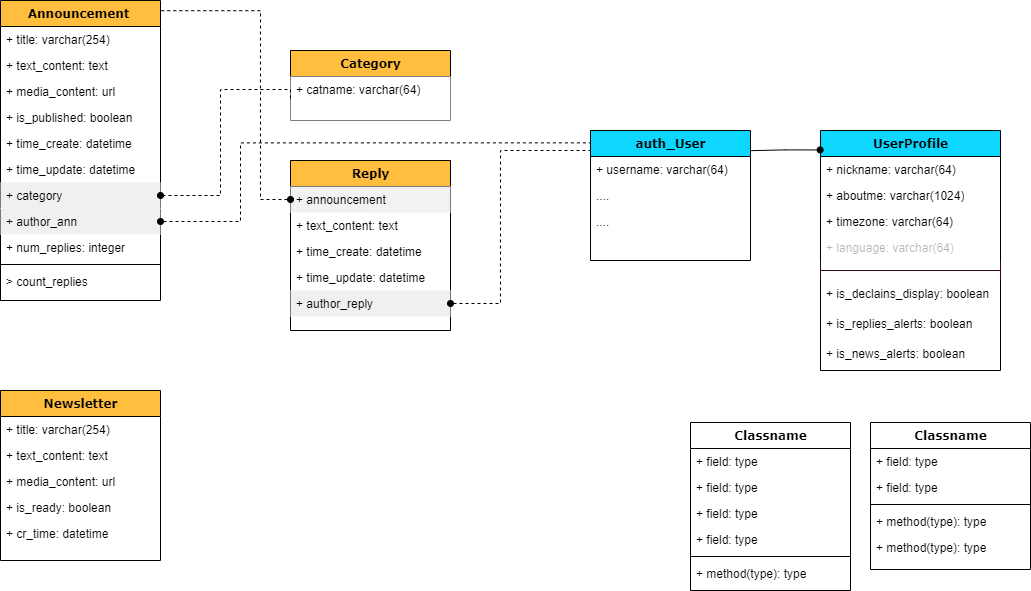
This is Проектирование.png from TimurSuvorov/BillBoard_mmorpg, a draw.io export, as it was before one commit. Source tidied: cells renumbered, new cells last; positions are measured from the earlier drawing's top-left corner, leaving out a move shared by most shapes. Its diagram source:
```xml
<mxGraphModel>
  <root>
    <mxCell id="0" />
    <mxCell id="1" parent="0" />
    <mxCell id="2" value="Announcement&amp;nbsp;" style="swimlane;html=1;fontStyle=1;align=center;verticalAlign=top;horizontal=1;startSize=26;swimlaneFillColor=#ffffff;rounded=0;shadow=0;comic=0;labelBackgroundColor=none;strokeWidth=1;fillColor=#FFBE3D;fontFamily=Verdana;fontSize=12;" parent="1" vertex="1">
      <mxGeometry width="160" height="300" as="geometry" />
    </mxCell>
    <mxCell id="3" value="+ title: varchar(254)" style="text;html=1;strokeColor=none;fillColor=none;align=left;verticalAlign=top;spacingLeft=4;spacingRight=4;whiteSpace=wrap;overflow=hidden;" parent="2" vertex="1">
      <mxGeometry y="26" width="160" height="26" as="geometry" />
    </mxCell>
    <mxCell id="4" value="+ text_content: text" style="text;html=1;strokeColor=none;fillColor=none;align=left;verticalAlign=top;spacingLeft=4;spacingRight=4;whiteSpace=wrap;overflow=hidden;" parent="2" vertex="1">
      <mxGeometry y="52" width="160" height="26" as="geometry" />
    </mxCell>
    <mxCell id="5" value="+ media_content: url" style="text;html=1;strokeColor=none;fillColor=none;align=left;verticalAlign=top;spacingLeft=4;spacingRight=4;whiteSpace=wrap;overflow=hidden;" parent="2" vertex="1">
      <mxGeometry y="78" width="160" height="26" as="geometry" />
    </mxCell>
    <mxCell id="6" value="+ is_published: boolean&lt;br&gt;" style="text;html=1;strokeColor=none;fillColor=none;align=left;verticalAlign=top;spacingLeft=4;spacingRight=4;whiteSpace=wrap;overflow=hidden;" parent="2" vertex="1">
      <mxGeometry y="104" width="160" height="26" as="geometry" />
    </mxCell>
    <mxCell id="7" value="+ time_create: datetime" style="text;html=1;strokeColor=none;fillColor=none;align=left;verticalAlign=top;spacingLeft=4;spacingRight=4;whiteSpace=wrap;overflow=hidden;" parent="2" vertex="1">
      <mxGeometry y="130" width="160" height="26" as="geometry" />
    </mxCell>
    <mxCell id="8" value="+ time_update: datetime" style="text;html=1;strokeColor=none;fillColor=none;align=left;verticalAlign=top;spacingLeft=4;spacingRight=4;whiteSpace=wrap;overflow=hidden;" parent="2" vertex="1">
      <mxGeometry y="156" width="160" height="26" as="geometry" />
    </mxCell>
    <mxCell id="9" value="+ category" style="text;html=1;strokeColor=none;fillColor=#F0F0F0;align=left;verticalAlign=top;spacingLeft=4;spacingRight=4;whiteSpace=wrap;overflow=hidden;" parent="2" vertex="1">
      <mxGeometry y="182" width="160" height="26" as="geometry" />
    </mxCell>
    <mxCell id="10" value="+ author_ann" style="text;html=1;strokeColor=none;fillColor=#F0F0F0;align=left;verticalAlign=top;spacingLeft=4;spacingRight=4;whiteSpace=wrap;overflow=hidden;" parent="2" vertex="1">
      <mxGeometry y="208" width="160" height="26" as="geometry" />
    </mxCell>
    <mxCell id="11" value="+ num_replies: integer" style="text;html=1;strokeColor=none;fillColor=none;align=left;verticalAlign=top;spacingLeft=4;spacingRight=4;whiteSpace=wrap;overflow=hidden;" parent="2" vertex="1">
      <mxGeometry y="234" width="160" height="26" as="geometry" />
    </mxCell>
    <mxCell id="12" style="line;html=1;strokeWidth=1;fillColor=none;align=left;verticalAlign=middle;spacingTop=-1;spacingLeft=3;spacingRight=3;labelPosition=right;" parent="2" vertex="1">
      <mxGeometry y="260" width="160" height="8" as="geometry" />
    </mxCell>
    <mxCell id="13" value="&amp;gt; count_replies" style="text;html=1;strokeColor=none;fillColor=none;align=left;verticalAlign=top;spacingLeft=4;spacingRight=4;whiteSpace=wrap;overflow=hidden;" parent="2" vertex="1">
      <mxGeometry y="268" width="160" height="26" as="geometry" />
    </mxCell>
    <mxCell id="14" value="Newsletter" style="swimlane;html=1;fontStyle=1;align=center;verticalAlign=top;horizontal=1;startSize=26;swimlaneFillColor=#ffffff;rounded=0;shadow=0;comic=0;labelBackgroundColor=none;strokeWidth=1;fillColor=#FFBE3D;fontFamily=Verdana;fontSize=12;" parent="1" vertex="1">
      <mxGeometry y="390" width="160" height="170" as="geometry" />
    </mxCell>
    <mxCell id="15" value="+ title: varchar(254)" style="text;html=1;strokeColor=none;fillColor=none;align=left;verticalAlign=top;spacingLeft=4;spacingRight=4;whiteSpace=wrap;overflow=hidden;" parent="14" vertex="1">
      <mxGeometry y="26" width="160" height="26" as="geometry" />
    </mxCell>
    <mxCell id="16" value="+ text_content: text" style="text;html=1;strokeColor=none;fillColor=none;align=left;verticalAlign=top;spacingLeft=4;spacingRight=4;whiteSpace=wrap;overflow=hidden;" parent="14" vertex="1">
      <mxGeometry y="52" width="160" height="26" as="geometry" />
    </mxCell>
    <mxCell id="17" value="+ media_content: url" style="text;html=1;strokeColor=none;fillColor=none;align=left;verticalAlign=top;spacingLeft=4;spacingRight=4;whiteSpace=wrap;overflow=hidden;" parent="14" vertex="1">
      <mxGeometry y="78" width="160" height="26" as="geometry" />
    </mxCell>
    <mxCell id="18" value="+ is_ready: boolean" style="text;html=1;strokeColor=none;fillColor=none;align=left;verticalAlign=top;spacingLeft=4;spacingRight=4;whiteSpace=wrap;overflow=hidden;" parent="14" vertex="1">
      <mxGeometry y="104" width="160" height="26" as="geometry" />
    </mxCell>
    <mxCell id="19" value="+ cr_time: datetime" style="text;html=1;strokeColor=none;fillColor=none;align=left;verticalAlign=top;spacingLeft=4;spacingRight=4;whiteSpace=wrap;overflow=hidden;" parent="14" vertex="1">
      <mxGeometry y="130" width="160" height="26" as="geometry" />
    </mxCell>
    <mxCell id="20" value="Classname" style="swimlane;html=1;fontStyle=1;align=center;verticalAlign=top;horizontal=1;startSize=26;swimlaneFillColor=#ffffff;rounded=0;shadow=0;comic=0;labelBackgroundColor=none;strokeWidth=1;fillColor=none;fontFamily=Verdana;fontSize=12;" parent="1" vertex="1">
      <mxGeometry x="690" y="422" width="160" height="168" as="geometry" />
    </mxCell>
    <mxCell id="21" value="+ field: type" style="text;html=1;strokeColor=none;fillColor=none;align=left;verticalAlign=top;spacingLeft=4;spacingRight=4;whiteSpace=wrap;overflow=hidden;" parent="20" vertex="1">
      <mxGeometry y="26" width="160" height="26" as="geometry" />
    </mxCell>
    <mxCell id="22" value="+ field: type" style="text;html=1;strokeColor=none;fillColor=none;align=left;verticalAlign=top;spacingLeft=4;spacingRight=4;whiteSpace=wrap;overflow=hidden;" parent="20" vertex="1">
      <mxGeometry y="52" width="160" height="26" as="geometry" />
    </mxCell>
    <mxCell id="23" value="+ field: type" style="text;html=1;strokeColor=none;fillColor=none;align=left;verticalAlign=top;spacingLeft=4;spacingRight=4;whiteSpace=wrap;overflow=hidden;" parent="20" vertex="1">
      <mxGeometry y="78" width="160" height="26" as="geometry" />
    </mxCell>
    <mxCell id="24" value="+ field: type" style="text;html=1;strokeColor=none;fillColor=none;align=left;verticalAlign=top;spacingLeft=4;spacingRight=4;whiteSpace=wrap;overflow=hidden;" parent="20" vertex="1">
      <mxGeometry y="104" width="160" height="26" as="geometry" />
    </mxCell>
    <mxCell id="25" style="line;html=1;strokeWidth=1;fillColor=none;align=left;verticalAlign=middle;spacingTop=-1;spacingLeft=3;spacingRight=3;labelPosition=right;" parent="20" vertex="1">
      <mxGeometry y="130" width="160" height="8" as="geometry" />
    </mxCell>
    <mxCell id="26" value="+ method(type): type" style="text;html=1;strokeColor=none;fillColor=none;align=left;verticalAlign=top;spacingLeft=4;spacingRight=4;whiteSpace=wrap;overflow=hidden;" parent="20" vertex="1">
      <mxGeometry y="138" width="160" height="26" as="geometry" />
    </mxCell>
    <mxCell id="27" value="Classname" style="swimlane;html=1;fontStyle=1;align=center;verticalAlign=top;horizontal=1;startSize=26;swimlaneFillColor=#ffffff;rounded=0;shadow=0;comic=0;labelBackgroundColor=none;strokeWidth=1;fillColor=none;fontFamily=Verdana;fontSize=12;" parent="1" vertex="1">
      <mxGeometry x="870" y="422" width="160" height="147" as="geometry" />
    </mxCell>
    <mxCell id="28" value="+ field: type" style="text;html=1;strokeColor=none;fillColor=none;align=left;verticalAlign=top;spacingLeft=4;spacingRight=4;whiteSpace=wrap;overflow=hidden;" parent="27" vertex="1">
      <mxGeometry y="26" width="160" height="26" as="geometry" />
    </mxCell>
    <mxCell id="29" value="+ field: type" style="text;html=1;strokeColor=none;fillColor=none;align=left;verticalAlign=top;spacingLeft=4;spacingRight=4;whiteSpace=wrap;overflow=hidden;" parent="27" vertex="1">
      <mxGeometry y="52" width="160" height="26" as="geometry" />
    </mxCell>
    <mxCell id="30" style="line;html=1;strokeWidth=1;fillColor=none;align=left;verticalAlign=middle;spacingTop=-1;spacingLeft=3;spacingRight=3;labelPosition=right;" parent="27" vertex="1">
      <mxGeometry y="78" width="160" height="8" as="geometry" />
    </mxCell>
    <mxCell id="31" value="+ method(type): type" style="text;html=1;strokeColor=none;fillColor=none;align=left;verticalAlign=top;spacingLeft=4;spacingRight=4;whiteSpace=wrap;overflow=hidden;" parent="27" vertex="1">
      <mxGeometry y="86" width="160" height="26" as="geometry" />
    </mxCell>
    <mxCell id="32" value="+ method(type): type" style="text;html=1;strokeColor=none;fillColor=none;align=left;verticalAlign=top;spacingLeft=4;spacingRight=4;whiteSpace=wrap;overflow=hidden;" parent="27" vertex="1">
      <mxGeometry y="112" width="160" height="26" as="geometry" />
    </mxCell>
    <mxCell id="33" value="auth_User" style="swimlane;html=1;fontStyle=1;align=center;verticalAlign=top;horizontal=1;startSize=26;swimlaneFillColor=#ffffff;rounded=0;shadow=0;comic=0;labelBackgroundColor=none;strokeWidth=1;fillColor=#0DD7FF;fontFamily=Verdana;fontSize=12;" parent="1" vertex="1">
      <mxGeometry x="590" y="130" width="160" height="130" as="geometry" />
    </mxCell>
    <mxCell id="34" value="+ username: varchar(64)" style="text;html=1;strokeColor=none;fillColor=none;align=left;verticalAlign=top;spacingLeft=4;spacingRight=4;whiteSpace=wrap;overflow=hidden;" parent="33" vertex="1">
      <mxGeometry y="26" width="160" height="26" as="geometry" />
    </mxCell>
    <mxCell id="35" value="...." style="text;html=1;strokeColor=none;fillColor=none;align=left;verticalAlign=top;spacingLeft=4;spacingRight=4;whiteSpace=wrap;overflow=hidden;" parent="33" vertex="1">
      <mxGeometry y="52" width="160" height="26" as="geometry" />
    </mxCell>
    <mxCell id="36" value="...." style="text;html=1;strokeColor=none;fillColor=none;align=left;verticalAlign=top;spacingLeft=4;spacingRight=4;whiteSpace=wrap;overflow=hidden;" parent="33" vertex="1">
      <mxGeometry y="78" width="160" height="26" as="geometry" />
    </mxCell>
    <mxCell id="37" style="edgeStyle=orthogonalEdgeStyle;rounded=0;jettySize=auto;html=1;startArrow=oval;startFill=1;endArrow=none;endFill=0;entryX=0;entryY=0.095;entryDx=0;entryDy=0;entryPerimeter=0;dashed=1;" parent="1" edge="1" target="33">
      <mxGeometry relative="1" as="geometry">
        <mxPoint x="160" y="221" as="sourcePoint" />
        <Array as="points">
          <mxPoint x="240" y="221" />
          <mxPoint x="240" y="142" />
        </Array>
      </mxGeometry>
    </mxCell>
    <mxCell id="38" value="Category" style="swimlane;html=1;fontStyle=1;align=center;verticalAlign=top;horizontal=1;startSize=26;swimlaneFillColor=#ffffff;rounded=0;shadow=0;comic=0;labelBackgroundColor=none;strokeWidth=1;fillColor=#FFBE3D;fontFamily=Verdana;fontSize=12;" parent="1" vertex="1">
      <mxGeometry x="290" y="50" width="160" height="70" as="geometry" />
    </mxCell>
    <mxCell id="39" value="+ catname: varchar(64)" style="text;html=1;strokeColor=none;fillColor=#FFFFFF;align=left;verticalAlign=top;spacingLeft=4;spacingRight=4;whiteSpace=wrap;overflow=hidden;points=[[0,0.5],[1,0.5]];portConstraint=eastwest;" parent="38" vertex="1">
      <mxGeometry y="26" width="160" height="44" as="geometry" />
    </mxCell>
    <mxCell id="40" value="UserProfile" style="swimlane;html=1;fontStyle=1;align=center;verticalAlign=top;horizontal=1;startSize=26;swimlaneFillColor=#ffffff;rounded=0;shadow=0;comic=0;labelBackgroundColor=none;strokeWidth=1;fillColor=#0DD7FF;fontFamily=Verdana;fontSize=12;" parent="1" vertex="1">
      <mxGeometry x="820" y="130" width="180" height="240" as="geometry" />
    </mxCell>
    <mxCell id="41" value="+ nickname: varchar(64)" style="text;html=1;strokeColor=none;fillColor=none;align=left;verticalAlign=top;spacingLeft=4;spacingRight=4;whiteSpace=wrap;overflow=hidden;" parent="40" vertex="1">
      <mxGeometry y="26" width="180" height="26" as="geometry" />
    </mxCell>
    <mxCell id="42" value="+ aboutme: varchar(1024)" style="text;html=1;strokeColor=none;fillColor=none;align=left;verticalAlign=top;spacingLeft=4;spacingRight=4;whiteSpace=wrap;overflow=hidden;" parent="40" vertex="1">
      <mxGeometry y="52" width="180" height="26" as="geometry" />
    </mxCell>
    <mxCell id="43" value="+ timezone: varchar(64)" style="text;html=1;strokeColor=none;fillColor=none;align=left;verticalAlign=top;spacingLeft=4;spacingRight=4;whiteSpace=wrap;overflow=hidden;" parent="40" vertex="1">
      <mxGeometry y="78" width="180" height="26" as="geometry" />
    </mxCell>
    <mxCell id="44" value="+ language: varchar(64)" style="text;html=1;strokeColor=none;fillColor=none;align=left;verticalAlign=top;spacingLeft=4;spacingRight=4;whiteSpace=wrap;overflow=hidden;textOpacity=30;" parent="40" vertex="1">
      <mxGeometry y="104" width="180" height="26" as="geometry" />
    </mxCell>
    <mxCell id="45" style="shape=crossbar;whiteSpace=wrap;html=1;rounded=1;strokeColor=#33001A;fillColor=#FFFFFF;" parent="40" vertex="1">
      <mxGeometry y="130" width="180" height="20" as="geometry" />
    </mxCell>
    <mxCell id="46" value="+ is_declains_display: boolean" style="text;html=1;strokeColor=none;fillColor=none;align=left;verticalAlign=top;spacingLeft=4;spacingRight=4;whiteSpace=wrap;overflow=hidden;" parent="40" vertex="1">
      <mxGeometry y="150" width="180" height="30" as="geometry" />
    </mxCell>
    <mxCell id="47" value="+ is_replies_alerts: boolean" style="text;html=1;strokeColor=none;fillColor=none;align=left;verticalAlign=top;spacingLeft=4;spacingRight=4;whiteSpace=wrap;overflow=hidden;" parent="40" vertex="1">
      <mxGeometry y="180" width="180" height="30" as="geometry" />
    </mxCell>
    <mxCell id="48" value="+ is_news_alerts: boolean" style="text;html=1;strokeColor=none;fillColor=none;align=left;verticalAlign=top;spacingLeft=4;spacingRight=4;whiteSpace=wrap;overflow=hidden;" parent="40" vertex="1">
      <mxGeometry y="210" width="180" height="30" as="geometry" />
    </mxCell>
    <mxCell id="49" style="edgeStyle=orthogonalEdgeStyle;rounded=0;jettySize=auto;html=1;exitX=0;exitY=0.5;exitDx=0;exitDy=0;startArrow=none;startFill=0;endArrow=oval;endFill=1;elbow=vertical;dashed=1;" parent="1" edge="1" source="39">
      <mxGeometry relative="1" as="geometry">
        <mxPoint x="160" y="195" as="targetPoint" />
        <Array as="points">
          <mxPoint x="290" y="89" />
          <mxPoint x="220" y="89" />
          <mxPoint x="220" y="195" />
        </Array>
      </mxGeometry>
    </mxCell>
    <mxCell id="50" value="Reply" style="swimlane;html=1;fontStyle=1;align=center;verticalAlign=top;horizontal=1;startSize=26;swimlaneFillColor=#ffffff;rounded=0;shadow=0;comic=0;labelBackgroundColor=none;strokeWidth=1;fillColor=#FFBE3D;fontFamily=Verdana;fontSize=12;" parent="1" vertex="1">
      <mxGeometry x="290" y="160" width="160" height="170" as="geometry" />
    </mxCell>
    <mxCell id="51" value="+ announcement" style="text;html=1;strokeColor=none;fillColor=#F2F2F2;align=left;verticalAlign=top;spacingLeft=4;spacingRight=4;whiteSpace=wrap;overflow=hidden;points=[[0,0.5],[1,0.5]];portConstraint=eastwest;" parent="50" vertex="1">
      <mxGeometry y="26" width="160" height="26" as="geometry" />
    </mxCell>
    <mxCell id="52" value="+ text_content: text" style="text;html=1;strokeColor=none;fillColor=none;align=left;verticalAlign=top;spacingLeft=4;spacingRight=4;whiteSpace=wrap;overflow=hidden;" parent="50" vertex="1">
      <mxGeometry y="52" width="160" height="26" as="geometry" />
    </mxCell>
    <mxCell id="53" value="+ time_create: datetime" style="text;html=1;strokeColor=none;fillColor=none;align=left;verticalAlign=top;spacingLeft=4;spacingRight=4;whiteSpace=wrap;overflow=hidden;" parent="50" vertex="1">
      <mxGeometry y="78" width="160" height="26" as="geometry" />
    </mxCell>
    <mxCell id="54" value="+ time_update: datetime" style="text;html=1;strokeColor=none;fillColor=none;align=left;verticalAlign=top;spacingLeft=4;spacingRight=4;whiteSpace=wrap;overflow=hidden;" parent="50" vertex="1">
      <mxGeometry y="104" width="160" height="26" as="geometry" />
    </mxCell>
    <mxCell id="55" value="+ author_reply" style="text;html=1;strokeColor=none;fillColor=#F0F0F0;align=left;verticalAlign=top;spacingLeft=4;spacingRight=4;whiteSpace=wrap;overflow=hidden;points=[[0,0.5],[1,0.5]];portConstraint=eastwest;" parent="50" vertex="1">
      <mxGeometry y="130" width="160" height="26" as="geometry" />
    </mxCell>
    <mxCell id="56" style="edgeStyle=orthogonalEdgeStyle;rounded=0;jettySize=auto;html=1;entryX=1;entryY=0.5;entryDx=0;entryDy=0;startArrow=none;startFill=0;endArrow=oval;endFill=1;elbow=vertical;exitX=0;exitY=0.5;exitDx=0;exitDy=0;dashed=1;" parent="1" edge="1" target="55">
      <mxGeometry relative="1" as="geometry">
        <mxPoint x="590" y="169" as="sourcePoint" />
        <Array as="points">
          <mxPoint x="590" y="150" />
          <mxPoint x="500" y="150" />
          <mxPoint x="500" y="303" />
        </Array>
      </mxGeometry>
    </mxCell>
    <mxCell id="57" style="edgeStyle=orthogonalEdgeStyle;rounded=0;jettySize=auto;html=1;entryX=1.004;entryY=0.034;entryDx=0;entryDy=0;entryPerimeter=0;startArrow=oval;startFill=1;endArrow=none;endFill=0;elbow=vertical;exitX=0;exitY=0.5;exitDx=0;exitDy=0;dashed=1;" parent="1" edge="1" source="51" target="2">
      <mxGeometry relative="1" as="geometry">
        <Array as="points">
          <mxPoint x="260" y="199" />
          <mxPoint x="260" y="11" />
        </Array>
      </mxGeometry>
    </mxCell>
    <mxCell id="58" style="edgeStyle=orthogonalEdgeStyle;rounded=0;jettySize=auto;html=1;startArrow=oval;startFill=1;endArrow=none;endFill=0;elbow=vertical;entryX=1;entryY=0.155;entryDx=0;entryDy=0;entryPerimeter=0;exitX=-0.002;exitY=0.081;exitDx=0;exitDy=0;exitPerimeter=0;" parent="1" edge="1" source="40" target="33">
      <mxGeometry relative="1" as="geometry" />
    </mxCell>
  </root>
</mxGraphModel>
```
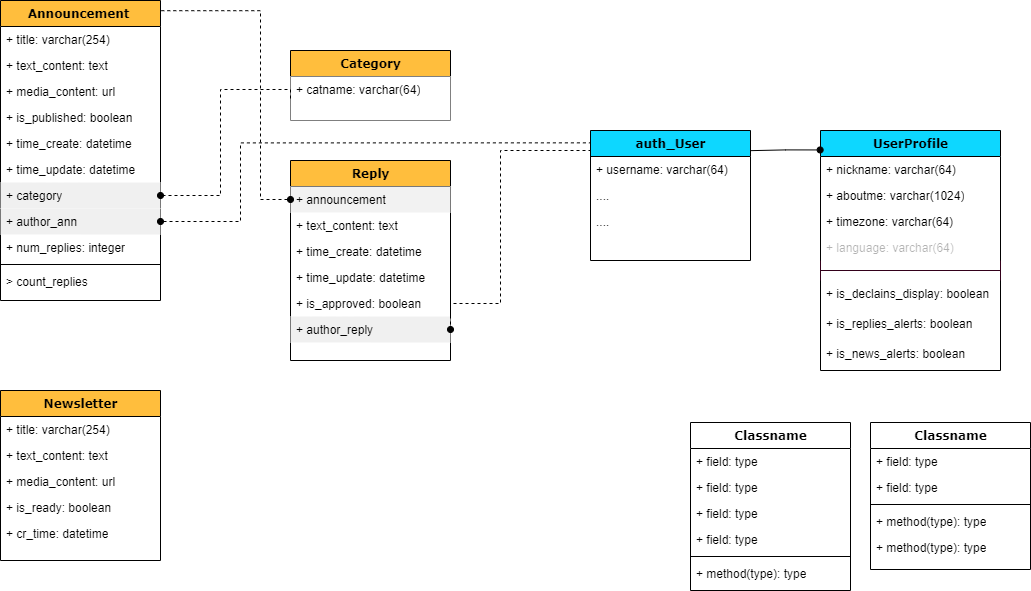
After the change.

Diff of the diagram source:
```diff
@@ -160,7 +160,7 @@
       </mxGeometry>
     </mxCell>
     <mxCell id="50" value="Reply" style="swimlane;html=1;fontStyle=1;align=center;verticalAlign=top;horizontal=1;startSize=26;swimlaneFillColor=#ffffff;rounded=0;shadow=0;comic=0;labelBackgroundColor=none;strokeWidth=1;fillColor=#FFBE3D;fontFamily=Verdana;fontSize=12;" parent="1" vertex="1">
-      <mxGeometry x="290" y="160" width="160" height="170" as="geometry" />
+      <mxGeometry x="290" y="160" width="160" height="200" as="geometry" />
     </mxCell>
     <mxCell id="51" value="+ announcement" style="text;html=1;strokeColor=none;fillColor=#F2F2F2;align=left;verticalAlign=top;spacingLeft=4;spacingRight=4;whiteSpace=wrap;overflow=hidden;points=[[0,0.5],[1,0.5]];portConstraint=eastwest;" parent="50" vertex="1">
       <mxGeometry y="26" width="160" height="26" as="geometry" />
@@ -174,8 +174,11 @@
     <mxCell id="54" value="+ time_update: datetime" style="text;html=1;strokeColor=none;fillColor=none;align=left;verticalAlign=top;spacingLeft=4;spacingRight=4;whiteSpace=wrap;overflow=hidden;" parent="50" vertex="1">
       <mxGeometry y="104" width="160" height="26" as="geometry" />
     </mxCell>
+    <mxCell id="59" value="+ is_approved: boolean" style="text;html=1;strokeColor=none;fillColor=none;align=left;verticalAlign=top;spacingLeft=4;spacingRight=4;whiteSpace=wrap;overflow=hidden;" parent="50" vertex="1">
+      <mxGeometry y="130" width="160" height="26" as="geometry" />
+    </mxCell>
     <mxCell id="55" value="+ author_reply" style="text;html=1;strokeColor=none;fillColor=#F0F0F0;align=left;verticalAlign=top;spacingLeft=4;spacingRight=4;whiteSpace=wrap;overflow=hidden;points=[[0,0.5],[1,0.5]];portConstraint=eastwest;" parent="50" vertex="1">
-      <mxGeometry y="130" width="160" height="26" as="geometry" />
+      <mxGeometry y="156" width="160" height="26" as="geometry" />
     </mxCell>
     <mxCell id="56" style="edgeStyle=orthogonalEdgeStyle;rounded=0;jettySize=auto;html=1;entryX=1;entryY=0.5;entryDx=0;entryDy=0;startArrow=none;startFill=0;endArrow=oval;endFill=1;elbow=vertical;exitX=0;exitY=0.5;exitDx=0;exitDy=0;dashed=1;" parent="1" edge="1" target="55">
       <mxGeometry relative="1" as="geometry">
```
